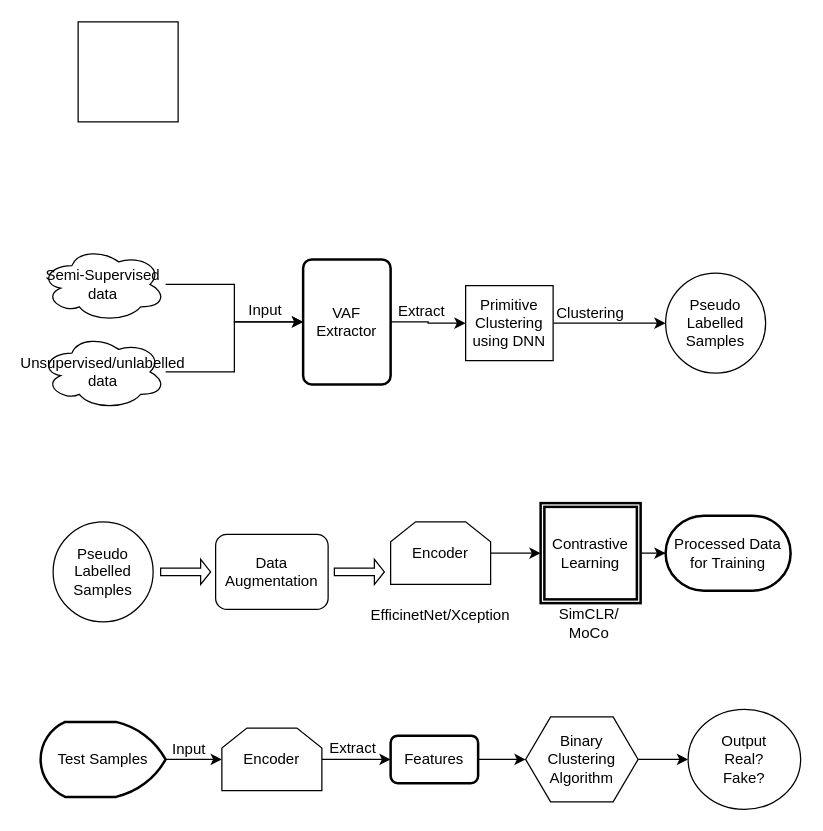
Before: df.drawio in RaghulJ02/chatapp, a draw.io diagram. Source tidied: cells renumbered, new cells numbered last; positions are measured from the earlier drawing's top-left corner, leaving out a move shared by most shapes. Both pictures are drawn from the tidied source at 125%, with x=0, y=0 at pixel (40, 21).
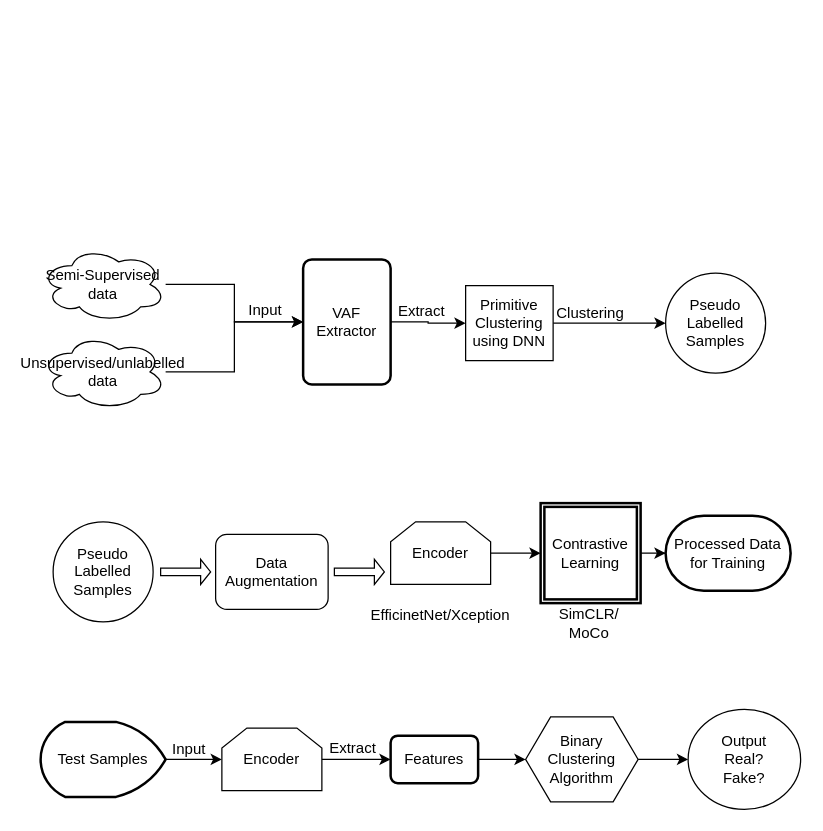
The same page after the edit.

Change to the diagram source:
```diff
@@
-    <mxCell id="2" style="whiteSpace=wrap;html=1;" parent="1" vertex="1">
-      <mxGeometry x="30" width="80" height="80" as="geometry" />
-    </mxCell>
```
